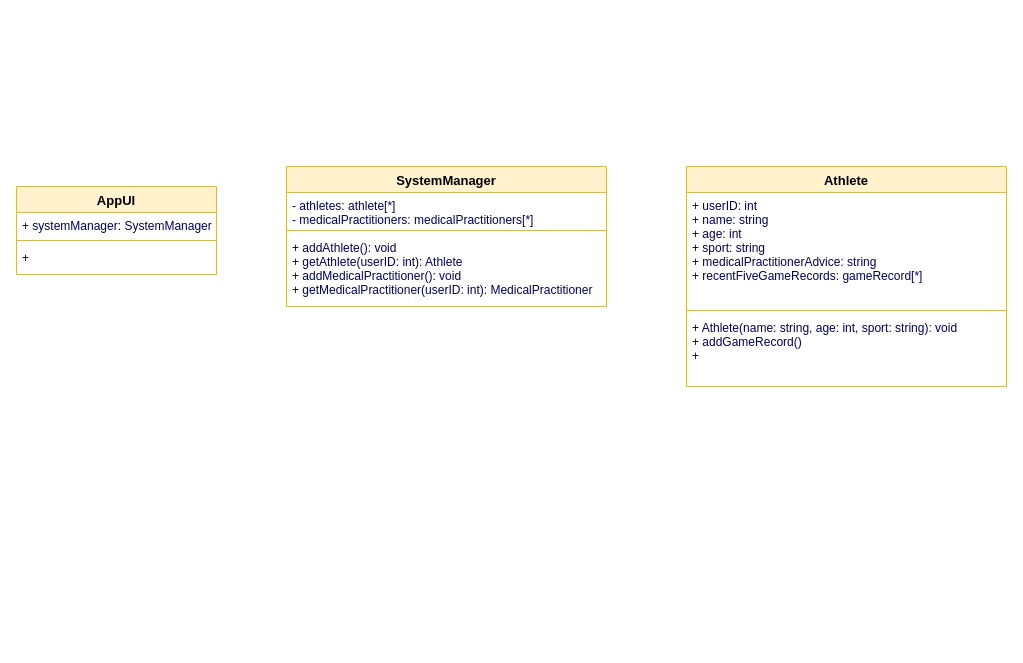
Before: Sport Concussion Assessment System/class_diagram.drawio in hiroto0222/CSE598-ASAD, a draw.io diagram. Source tidied: cells renumbered, new cells numbered last; positions are measured from the earlier drawing's top-left corner, leaving out a move shared by most shapes. Both pictures are drawn from the tidied source at 100%, with x=0, y=0 at pixel (16, 166).
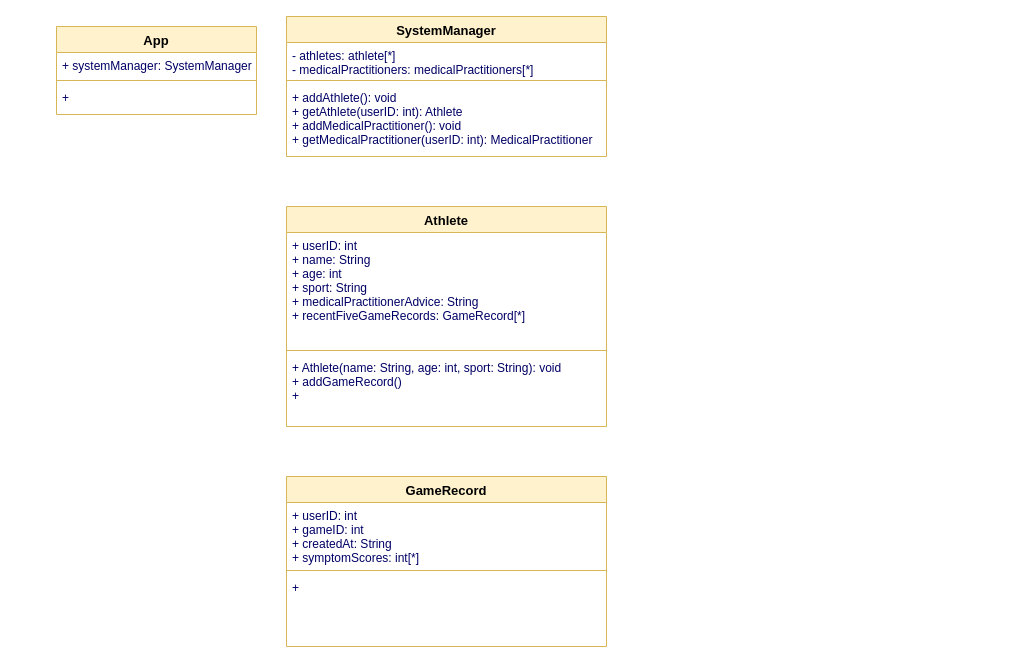
The same diagram, later.

What changed in the source:
```diff
@@
 <mxGraphModel>
   <root>
     <mxCell id="0" />
     <mxCell id="1" parent="0" />
-    <mxCell id="2" value="AppUI" style="swimlane;fontStyle=1;align=center;verticalAlign=top;horizontal=1;startSize=26;swimlaneFillColor=#ffffff;strokeColor=#d6b656;strokeWidth=1;fillColor=#fff2cc;fontSize=13;" parent="1" vertex="1">
-      <mxGeometry y="20" width="200" height="88" as="geometry" />
+    <mxCell id="2" value="App" style="swimlane;fontStyle=1;align=center;verticalAlign=top;horizontal=1;startSize=26;swimlaneFillColor=#ffffff;strokeColor=#d6b656;strokeWidth=1;fillColor=#fff2cc;fontSize=13;" parent="1" vertex="1">
+      <mxGeometry x="40" y="-140" width="200" height="88" as="geometry" />
     </mxCell>
     <mxCell id="3" value="+ systemManager: SystemManager" style="text;strokeColor=none;fillColor=none;align=left;verticalAlign=top;spacingLeft=4;spacingRight=4;overflow=hidden;fontColor=#000066;" parent="2" vertex="1">
       <mxGeometry y="26" width="200" height="24" as="geometry" />
     </mxCell>
     <mxCell id="4" style="line;strokeWidth=1;fillColor=#fff2cc;align=left;verticalAlign=middle;spacingTop=-1;spacingLeft=3;spacingRight=3;labelPosition=right;strokeColor=#d6b656;" parent="2" vertex="1">
       <mxGeometry y="50" width="200" height="8" as="geometry" />
     </mxCell>
     <mxCell id="5" value="+ " style="text;strokeColor=none;fillColor=none;align=left;verticalAlign=top;spacingLeft=4;spacingRight=4;overflow=hidden;fontColor=#000066;" parent="2" vertex="1">
       <mxGeometry y="58" width="200" height="30" as="geometry" />
     </mxCell>
     <mxCell id="6" value="SystemManager" style="swimlane;fontStyle=1;align=center;verticalAlign=top;horizontal=1;startSize=26;swimlaneFillColor=#ffffff;strokeColor=#d6b656;strokeWidth=1;fillColor=#fff2cc;fontSize=13;" parent="1" vertex="1">
-      <mxGeometry x="270" width="320" height="140" as="geometry" />
+      <mxGeometry x="270" y="-150" width="320" height="140" as="geometry" />
     </mxCell>
     <mxCell id="7" value="- athletes: athlete[*]&#10;- medicalPractitioners: medicalPractitioners[*]" style="text;strokeColor=none;fillColor=none;align=left;verticalAlign=top;spacingLeft=4;spacingRight=4;overflow=hidden;fontColor=#000066;" parent="6" vertex="1">
       <mxGeometry y="26" width="320" height="34" as="geometry" />
     </mxCell>
     <mxCell id="8" style="line;strokeWidth=1;fillColor=#fff2cc;align=left;verticalAlign=middle;spacingTop=-1;spacingLeft=3;spacingRight=3;labelPosition=right;strokeColor=#d6b656;" parent="6" vertex="1">
       <mxGeometry y="60" width="320" height="8" as="geometry" />
     </mxCell>
     <mxCell id="9" value="+ addAthlete(): void&#10;+ getAthlete(userID: int): Athlete&#10;+ addMedicalPractitioner(): void&#10;+ getMedicalPractitioner(userID: int): MedicalPractitioner" style="text;strokeColor=none;fillColor=none;align=left;verticalAlign=top;spacingLeft=4;spacingRight=4;overflow=hidden;fontColor=#000066;" parent="6" vertex="1">
       <mxGeometry y="68" width="320" height="72" as="geometry" />
     </mxCell>
     <mxCell id="10" value="Athlete" style="swimlane;fontStyle=1;align=center;verticalAlign=top;horizontal=1;startSize=26;swimlaneFillColor=#ffffff;strokeColor=#d6b656;strokeWidth=1;fillColor=#fff2cc;fontSize=13;" parent="1" vertex="1">
-      <mxGeometry x="670" width="320" height="220" as="geometry" />
+      <mxGeometry x="270" y="40" width="320" height="220" as="geometry" />
     </mxCell>
-    <mxCell id="11" value="+ userID: int&#10;+ name: string&#10;+ age: int&#10;+ sport: string&#10;+ medicalPractitionerAdvice: string&#10;+ recentFiveGameRecords: gameRecord[*]" style="text;strokeColor=none;fillColor=none;align=left;verticalAlign=top;spacingLeft=4;spacingRight=4;overflow=hidden;fontColor=#000066;" parent="10" vertex="1">
+    <mxCell id="11" value="+ userID: int&#10;+ name: String&#10;+ age: int&#10;+ sport: String&#10;+ medicalPractitionerAdvice: String&#10;+ recentFiveGameRecords: GameRecord[*]" style="text;strokeColor=none;fillColor=none;align=left;verticalAlign=top;spacingLeft=4;spacingRight=4;overflow=hidden;fontColor=#000066;" parent="10" vertex="1">
       <mxGeometry y="26" width="320" height="114" as="geometry" />
     </mxCell>
     <mxCell id="12" style="line;strokeWidth=1;fillColor=#fff2cc;align=left;verticalAlign=middle;spacingTop=-1;spacingLeft=3;spacingRight=3;labelPosition=right;strokeColor=#d6b656;" parent="10" vertex="1">
       <mxGeometry y="140" width="320" height="8" as="geometry" />
     </mxCell>
-    <mxCell id="13" value="+ Athlete(name: string, age: int, sport: string): void&#10;+ addGameRecord()&#10;+ " style="text;strokeColor=none;fillColor=none;align=left;verticalAlign=top;spacingLeft=4;spacingRight=4;overflow=hidden;fontColor=#000066;" parent="10" vertex="1">
+    <mxCell id="13" value="+ Athlete(name: String, age: int, sport: String): void&#10;+ addGameRecord()&#10;+ " style="text;strokeColor=none;fillColor=none;align=left;verticalAlign=top;spacingLeft=4;spacingRight=4;overflow=hidden;fontColor=#000066;" parent="10" vertex="1">
       <mxGeometry y="148" width="320" height="72" as="geometry" />
     </mxCell>
+    <mxCell id="14" value="GameRecord" style="swimlane;fontStyle=1;align=center;verticalAlign=top;horizontal=1;startSize=26;swimlaneFillColor=#ffffff;strokeColor=#d6b656;strokeWidth=1;fillColor=#fff2cc;fontSize=13;" parent="1" vertex="1">
+      <mxGeometry x="270" y="310" width="320" height="170" as="geometry" />
+    </mxCell>
+    <mxCell id="15" value="+ userID: int&#10;+ gameID: int&#10;+ createdAt: String&#10;+ symptomScores: int[*]" style="text;strokeColor=none;fillColor=none;align=left;verticalAlign=top;spacingLeft=4;spacingRight=4;overflow=hidden;fontColor=#000066;" parent="14" vertex="1">
+      <mxGeometry y="26" width="320" height="64" as="geometry" />
+    </mxCell>
+    <mxCell id="16" style="line;strokeWidth=1;fillColor=#fff2cc;align=left;verticalAlign=middle;spacingTop=-1;spacingLeft=3;spacingRight=3;labelPosition=right;strokeColor=#d6b656;" parent="14" vertex="1">
+      <mxGeometry y="90" width="320" height="8" as="geometry" />
+    </mxCell>
+    <mxCell id="17" value="+ " style="text;strokeColor=none;fillColor=none;align=left;verticalAlign=top;spacingLeft=4;spacingRight=4;overflow=hidden;fontColor=#000066;" parent="14" vertex="1">
+      <mxGeometry y="98" width="320" height="72" as="geometry" />
+    </mxCell>
   </root>
 </mxGraphModel>
```
